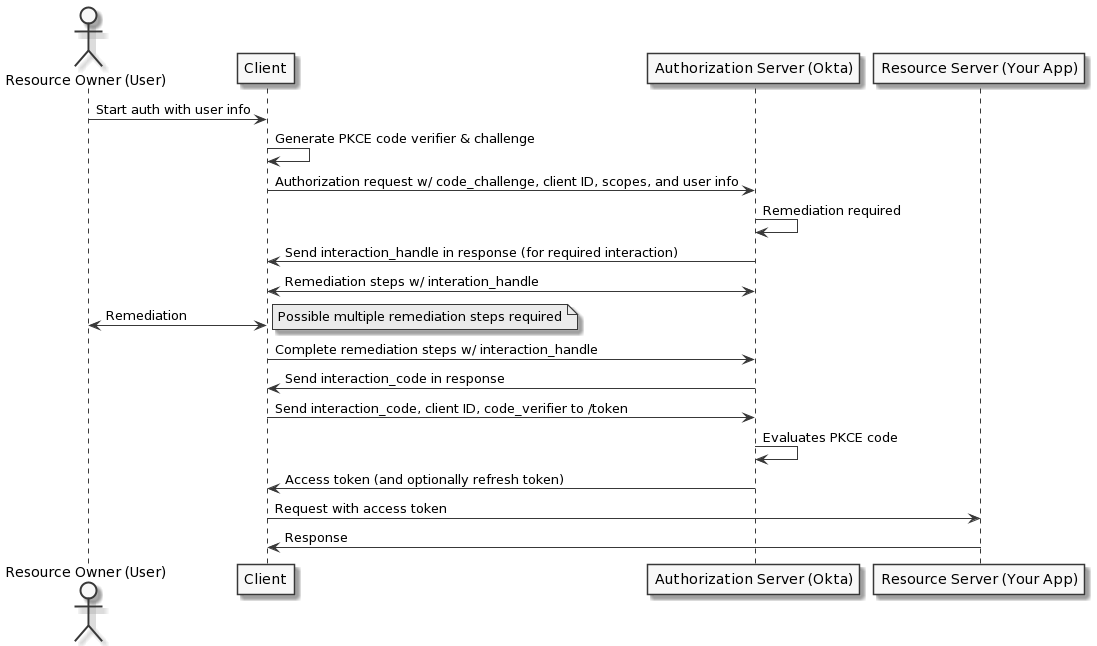
okta/okta-developer-docs keeps this PlantUML diagram as packages/@okta/vuepress-site/.vuepress/public/img/authorization/interaction-code-grant-flow.png. Above is the earlier version.
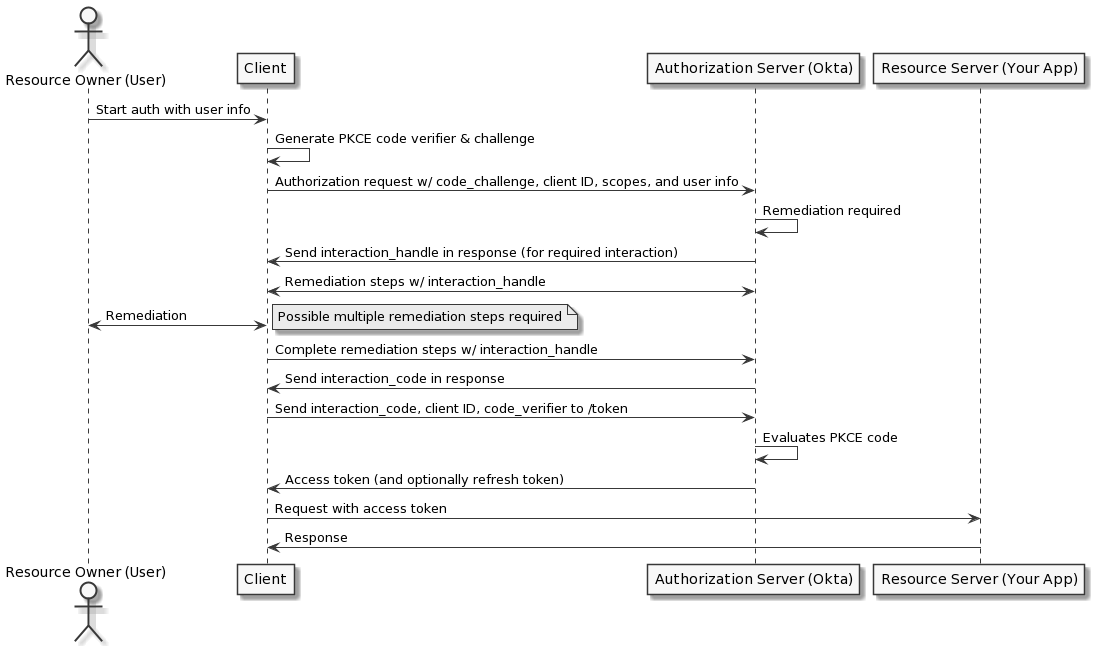
After the change.

What changed in the source:
```diff
@@ -10,7 +10,7 @@
 client -> okta: Authorization request w/ code_challenge, client ID, scopes, and user info
 okta -> okta: Remediation required
 okta -> client: Send interaction_handle in response (for required interaction)
-client <-> okta: Remediation steps w/ interation_handle
+client <-> okta: Remediation steps w/ interaction_handle
 user <-> client: Remediation
 note right: Possible multiple remediation steps required
 client -> okta: Complete remediation steps w/ interaction_handle
```
